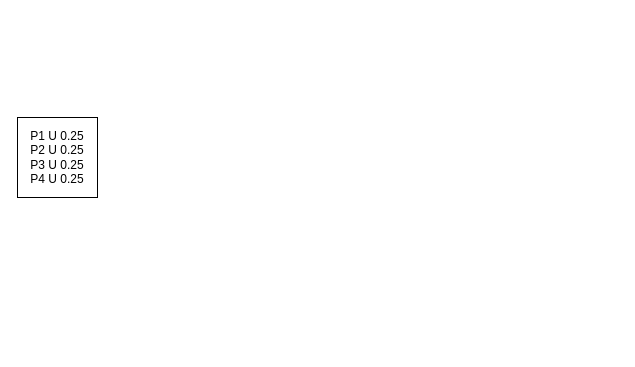
This is 未命名绘图.drawio from CXF233/MindMap, a draw.io file, before an edit. Source tidied: cells renumbered, new cells numbered last; positions are measured from the earlier drawing's top-left corner, leaving out a move shared by most shapes. Both pictures are drawn from the tidied source at 100%, with x=0, y=0 at pixel (17, 117).
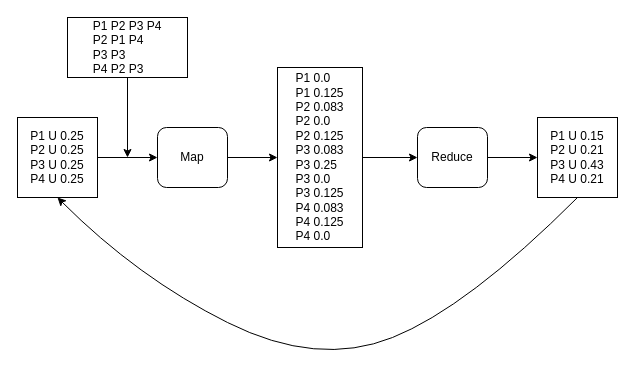
The same page after the edit.

Commit message:
更新未命名绘图.drawio

Diff of the diagram source:
```diff
@@
 <mxGraphModel>
   <root>
     <mxCell id="0" />
     <mxCell id="1" parent="0" />
     <mxCell id="2" value="P1 U 0.25&lt;br&gt;P2 U 0.25&lt;br&gt;P3 U 0.25&lt;br&gt;P4 U 0.25" style="whiteSpace=wrap;html=1;" parent="1" vertex="1">
       <mxGeometry width="80" height="80" as="geometry" />
     </mxCell>
+    <mxCell id="3" value="Map" style="rounded=1;whiteSpace=wrap;html=1;" parent="1" vertex="1">
+      <mxGeometry x="140" y="10" width="70" height="60" as="geometry" />
+    </mxCell>
+    <mxCell id="4" style="endArrow=classic;html=1;rounded=0;exitX=1;exitY=0.5;exitDx=0;exitDy=0;entryX=0;entryY=0.5;entryDx=0;entryDy=0;" parent="1" edge="1" source="2" target="3">
+      <mxGeometry relative="1" as="geometry" />
+    </mxCell>
+    <mxCell id="5" style="endArrow=classic;html=1;rounded=0;exitX=0.5;exitY=1;exitDx=0;exitDy=0;" parent="1" edge="1" source="6">
+      <mxGeometry relative="1" as="geometry">
+        <mxPoint x="110" y="40" as="targetPoint" />
+      </mxGeometry>
+    </mxCell>
+    <mxCell id="6" value="&lt;div style=&quot;text-align: left;&quot;&gt;&lt;span style=&quot;background-color: initial;&quot;&gt;P1 P2 P3 P4&lt;/span&gt;&lt;/div&gt;&lt;div style=&quot;text-align: left;&quot;&gt;&lt;span style=&quot;background-color: initial;&quot;&gt;P2 P1 P4&lt;/span&gt;&lt;/div&gt;&lt;div style=&quot;text-align: left;&quot;&gt;&lt;span style=&quot;background-color: initial;&quot;&gt;P3 P3&lt;/span&gt;&lt;/div&gt;&lt;div style=&quot;text-align: left;&quot;&gt;&lt;span style=&quot;background-color: initial;&quot;&gt;P4 P2 P3&lt;/span&gt;&lt;/div&gt;" style="rounded=0;whiteSpace=wrap;html=1;" parent="1" vertex="1">
+      <mxGeometry x="50" y="-100" width="120" height="60" as="geometry" />
+    </mxCell>
+    <mxCell id="7" style="endArrow=classic;html=1;rounded=0;exitX=1;exitY=0.5;exitDx=0;exitDy=0;" parent="1" edge="1" source="3" target="9">
+      <mxGeometry relative="1" as="geometry" />
+    </mxCell>
+    <mxCell id="8" style="edgeStyle=orthogonalEdgeStyle;rounded=0;jettySize=auto;html=1;exitX=0;exitY=0.5;exitDx=0;exitDy=0;" parent="1" edge="1" source="9">
+      <mxGeometry relative="1" as="geometry">
+        <mxPoint x="280" y="40" as="targetPoint" />
+      </mxGeometry>
+    </mxCell>
+    <mxCell id="9" value="&lt;div style=&quot;text-align: left;&quot;&gt;&lt;span style=&quot;background-color: initial;&quot;&gt;P1 0.0&lt;/span&gt;&lt;/div&gt;&lt;div style=&quot;text-align: left;&quot;&gt;&lt;span style=&quot;background-color: initial;&quot;&gt;P1 0.125&lt;/span&gt;&lt;/div&gt;&lt;div style=&quot;text-align: left;&quot;&gt;&lt;span style=&quot;background-color: initial;&quot;&gt;P2 0.083&lt;/span&gt;&lt;/div&gt;&lt;div style=&quot;text-align: left;&quot;&gt;&lt;div&gt;&lt;span style=&quot;background-color: initial;&quot;&gt;P2 0.0&lt;/span&gt;&lt;/div&gt;&lt;div&gt;&lt;span style=&quot;background-color: initial;&quot;&gt;P2 0.125&lt;/span&gt;&lt;/div&gt;&lt;div&gt;&lt;div&gt;&lt;span style=&quot;background-color: initial;&quot;&gt;P3 0.083&lt;/span&gt;&lt;/div&gt;&lt;div&gt;&lt;div&gt;&lt;span style=&quot;background-color: initial;&quot;&gt;P3 0.25&lt;/span&gt;&lt;/div&gt;&lt;div&gt;&lt;span style=&quot;background-color: initial;&quot;&gt;P3 0.0&lt;/span&gt;&lt;/div&gt;&lt;/div&gt;&lt;/div&gt;&lt;div&gt;&lt;span style=&quot;background-color: initial;&quot;&gt;P3 0.125&lt;/span&gt;&lt;/div&gt;&lt;div&gt;&lt;div&gt;&lt;span style=&quot;background-color: initial;&quot;&gt;P4 0.083&lt;/span&gt;&lt;br&gt;&lt;/div&gt;&lt;/div&gt;&lt;div&gt;&lt;div&gt;&lt;span style=&quot;background-color: initial;&quot;&gt;P4 0.125&lt;/span&gt;&lt;/div&gt;&lt;div&gt;&lt;span style=&quot;background-color: initial;&quot;&gt;P4 0.0&lt;/span&gt;&lt;/div&gt;&lt;/div&gt;&lt;/div&gt;" style="rounded=0;whiteSpace=wrap;html=1;" parent="1" vertex="1">
+      <mxGeometry x="260" y="-50" width="85" height="180" as="geometry" />
+    </mxCell>
+    <mxCell id="10" style="endArrow=classic;html=1;rounded=0;exitX=1;exitY=0.5;exitDx=0;exitDy=0;" parent="1" edge="1" source="9">
+      <mxGeometry relative="1" as="geometry">
+        <mxPoint x="400" y="40" as="targetPoint" />
+      </mxGeometry>
+    </mxCell>
+    <mxCell id="11" value="P1 U 0.15&lt;br&gt;P2 U 0.21&lt;br&gt;P3 U 0.43&lt;br&gt;P4 U 0.21" style="whiteSpace=wrap;html=1;" parent="1" vertex="1">
+      <mxGeometry x="520" width="80" height="80" as="geometry" />
+    </mxCell>
+    <mxCell id="12" style="edgeStyle=orthogonalEdgeStyle;rounded=0;jettySize=auto;html=1;" parent="1" edge="1" source="13" target="11">
+      <mxGeometry relative="1" as="geometry" />
+    </mxCell>
+    <mxCell id="13" value="Reduce" style="rounded=1;whiteSpace=wrap;html=1;" parent="1" vertex="1">
+      <mxGeometry x="400" y="10" width="70" height="60" as="geometry" />
+    </mxCell>
+    <mxCell id="14" style="curved=1;endArrow=classic;html=1;rounded=0;exitX=0.5;exitY=1;exitDx=0;exitDy=0;entryX=0.5;entryY=1;entryDx=0;entryDy=0;" parent="1" edge="1" source="11" target="2">
+      <mxGeometry relative="1" as="geometry">
+        <Array as="points">
+          <mxPoint x="450" y="190" />
+          <mxPoint x="300" y="250" />
+          <mxPoint x="120" y="160" />
+        </Array>
+      </mxGeometry>
+    </mxCell>
   </root>
 </mxGraphModel>
```
